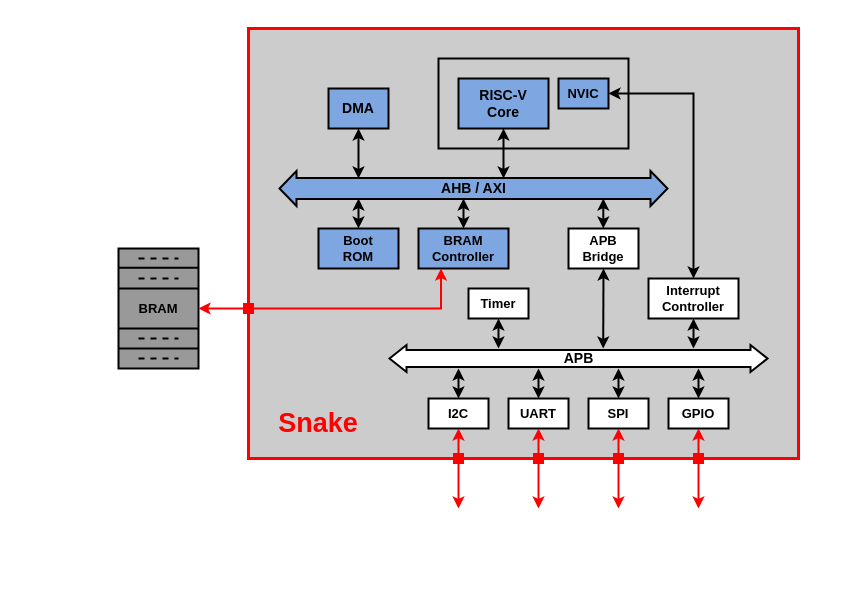
Above: docs/block_diagram/top.drawio in longnguyenxl/spmcu (draw.io), before the change. Source tidied: cells renumbered, new cells numbered last; positions are measured from the earlier drawing's top-left corner, leaving out a move shared by most shapes. Both pictures are drawn from the tidied source at 100%, with x=0, y=0 at pixel (118, 28).
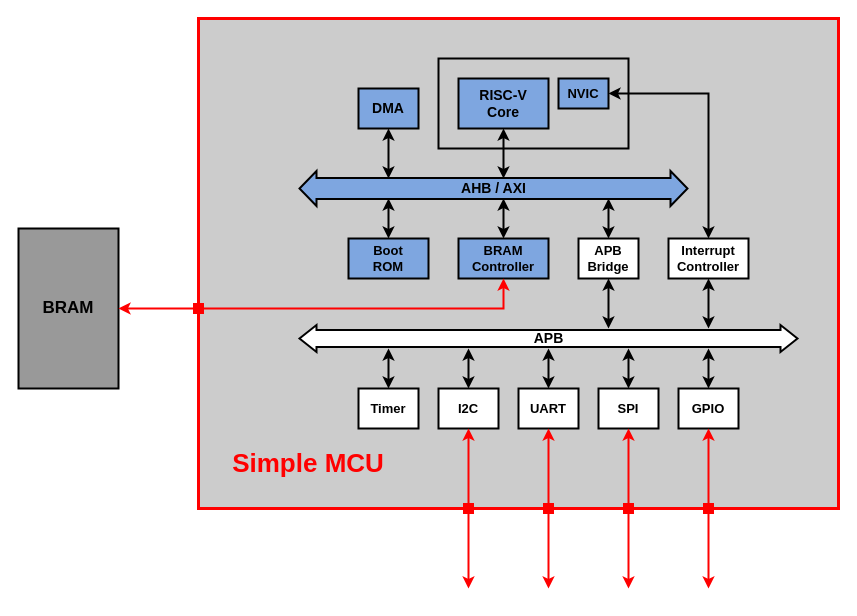
Above is the later version.

Unchanged cells that the change refers to:
```xml
<mxCell id="16" value="NVIC" style="rounded=0;whiteSpace=wrap;html=1;strokeWidth=2;fontSize=13;fontStyle=1;fillColor=#7EA6E0;strokeColor=default;fontFamily=Helvetica;" parent="1" vertex="1">
  <mxGeometry x="440" y="50" width="50" height="30" as="geometry" />
</mxCell>
```

What changed in the source:
```diff
@@
     <mxCell id="2" style="rounded=0;whiteSpace=wrap;html=1;fillColor=#CCCCCC;strokeWidth=3;strokeColor=#FF0000;fontFamily=Helvetica;fillStyle=auto;shadow=0;" parent="1" vertex="1">
-      <mxGeometry x="130" width="550" height="430" as="geometry" />
+      <mxGeometry x="80" y="-10" width="640" height="490" as="geometry" />
     </mxCell>
-    <mxCell id="3" value="BRAM" style="rounded=0;whiteSpace=wrap;html=1;strokeWidth=2;fontSize=13;fontStyle=1;fillColor=#999999;fontFamily=Helvetica;" parent="1" vertex="1">
-      <mxGeometry y="220" width="80" height="120" as="geometry" />
+    <mxCell id="3" value="BRAM" style="rounded=0;whiteSpace=wrap;html=1;strokeWidth=2;fontSize=17;fontStyle=1;fillColor=#999999;fontFamily=Helvetica;" parent="1" vertex="1">
+      <mxGeometry x="-100" y="200" width="100" height="160" as="geometry" />
     </mxCell>
@@
     <mxCell id="5" value="AHB / AXI" style="shape=flexArrow;endArrow=classic;startArrow=classic;html=1;rounded=0;strokeWidth=2;width=20;startSize=5;fontStyle=1;fontSize=14;fillColor=#7EA6E0;fontColor=default;labelBackgroundColor=none;startWidth=12;endWidth=12;endSize=5;strokeColor=default;fontFamily=Helvetica;" parent="1" edge="1">
       <mxGeometry relative="1" as="geometry">
-        <mxPoint x="160" y="160" as="sourcePoint" />
-        <mxPoint x="550" y="160" as="targetPoint" />
+        <mxPoint x="180" y="160" as="sourcePoint" />
+        <mxPoint x="570" y="160" as="targetPoint" />
       </mxGeometry>
     </mxCell>
     <mxCell id="6" value="Boot&lt;div&gt;ROM&lt;/div&gt;" style="rounded=0;whiteSpace=wrap;html=1;strokeWidth=2;fontSize=13;fontStyle=1;fillColor=#7EA6E0;strokeColor=default;fontFamily=Helvetica;" parent="1" vertex="1">
-      <mxGeometry x="200" y="200" width="80" height="40" as="geometry" />
+      <mxGeometry x="230" y="210" width="80" height="40" as="geometry" />
     </mxCell>
     <mxCell id="7" value="BRAM&lt;div&gt;Controller&lt;/div&gt;" style="rounded=0;whiteSpace=wrap;html=1;strokeWidth=2;fontSize=13;fontStyle=1;fillColor=#7EA6E0;strokeColor=default;fontFamily=Helvetica;" parent="1" vertex="1">
-      <mxGeometry x="300" y="200" width="90" height="40" as="geometry" />
+      <mxGeometry x="340" y="210" width="90" height="40" as="geometry" />
     </mxCell>
     <mxCell id="8" style="endArrow=classic;startArrow=classic;html=1;rounded=0;entryX=0.5;entryY=0;entryDx=0;entryDy=0;fontFamily=Helvetica;strokeWidth=2;" parent="1" edge="1" target="6">
       <mxGeometry relative="1" as="geometry">
-        <mxPoint x="240" y="170" as="sourcePoint" />
+        <mxPoint x="270" y="170" as="sourcePoint" />
       </mxGeometry>
     </mxCell>
     <mxCell id="9" style="endArrow=classic;startArrow=classic;html=1;rounded=0;entryX=0.5;entryY=0;entryDx=0;entryDy=0;fontFamily=Helvetica;strokeWidth=2;" parent="1" edge="1" target="7">
       <mxGeometry relative="1" as="geometry">
-        <mxPoint x="345" y="170" as="sourcePoint" />
+        <mxPoint x="385" y="170" as="sourcePoint" />
       </mxGeometry>
     </mxCell>
     <mxCell id="10" value="APB&lt;div&gt;Bridge&lt;/div&gt;" style="rounded=0;whiteSpace=wrap;html=1;strokeWidth=2;fontSize=13;fontStyle=1;fontFamily=Helvetica;" parent="1" vertex="1">
-      <mxGeometry x="450" y="200" width="70" height="40" as="geometry" />
+      <mxGeometry x="460" y="210" width="60" height="40" as="geometry" />
     </mxCell>
-    <mxCell id="11" style="endArrow=classic;startArrow=classic;html=1;rounded=0;entryX=0.5;entryY=0;entryDx=0;entryDy=0;fontFamily=Helvetica;strokeWidth=2;" parent="1" edge="1">
-      <mxGeometry relative="1" as="geometry">
-        <mxPoint x="484.8" y="170" as="sourcePoint" />
-        <mxPoint x="484.8" y="200" as="targetPoint" />
-      </mxGeometry>
-    </mxCell>
     <mxCell id="12" value="APB" style="shape=flexArrow;endArrow=classic;startArrow=classic;html=1;rounded=0;strokeWidth=2;width=16;startSize=5;fontStyle=1;fontSize=14;fontColor=default;labelBackgroundColor=none;endSize=5;endWidth=8;startWidth=8;fontFamily=Helvetica;fillColor=default;" parent="1" edge="1">
       <mxGeometry relative="1" as="geometry">
-        <mxPoint x="270" y="330" as="sourcePoint" />
-        <mxPoint x="650" y="330" as="targetPoint" />
+        <mxPoint x="180" y="310" as="sourcePoint" />
+        <mxPoint x="680" y="310" as="targetPoint" />
       </mxGeometry>
     </mxCell>
     <mxCell id="13" value="GPIO" style="rounded=0;whiteSpace=wrap;html=1;strokeWidth=2;fontSize=13;fontStyle=1;fontFamily=Helvetica;" parent="1" vertex="1">
-      <mxGeometry x="550" y="370" width="60" height="30" as="geometry" />
+      <mxGeometry x="560" y="360" width="60" height="40" as="geometry" />
     </mxCell>
@@
     <mxCell id="15" value="DMA" style="rounded=0;whiteSpace=wrap;html=1;strokeWidth=2;fontSize=14;fontStyle=1;fillColor=#7EA6E0;strokeColor=default;fontFamily=Helvetica;" parent="1" vertex="1">
-      <mxGeometry x="210" y="60" width="60" height="40" as="geometry" />
+      <mxGeometry x="240" y="60" width="60" height="40" as="geometry" />
     </mxCell>
@@
     <mxCell id="18" style="endArrow=classic;startArrow=classic;html=1;rounded=0;entryX=0.5;entryY=1;entryDx=0;entryDy=0;fontFamily=Helvetica;strokeWidth=2;" parent="1" edge="1" target="15">
       <mxGeometry relative="1" as="geometry">
-        <mxPoint x="240" y="150" as="sourcePoint" />
+        <mxPoint x="270" y="150" as="sourcePoint" />
       </mxGeometry>
     </mxCell>
     <mxCell id="19" value="UART" style="rounded=0;whiteSpace=wrap;html=1;strokeWidth=2;fontSize=13;fontStyle=1;fontFamily=Helvetica;" parent="1" vertex="1">
-      <mxGeometry x="390" y="370" width="60" height="30" as="geometry" />
+      <mxGeometry x="400" y="360" width="60" height="40" as="geometry" />
     </mxCell>
     <mxCell id="20" value="SPI" style="rounded=0;whiteSpace=wrap;html=1;strokeWidth=2;fontSize=13;fontStyle=1;fontFamily=Helvetica;" parent="1" vertex="1">
-      <mxGeometry x="470" y="370" width="60" height="30" as="geometry" />
+      <mxGeometry x="480" y="360" width="60" height="40" as="geometry" />
     </mxCell>
     <mxCell id="21" style="endArrow=classic;startArrow=classic;html=1;rounded=0;entryX=0.5;entryY=0;entryDx=0;entryDy=0;fontFamily=Helvetica;strokeWidth=2;" parent="1" edge="1" target="13">
       <mxGeometry relative="1" as="geometry">
-        <mxPoint x="580" y="340" as="sourcePoint" />
+        <mxPoint x="590" y="320" as="sourcePoint" />
       </mxGeometry>
     </mxCell>
     <mxCell id="22" style="endArrow=classic;startArrow=classic;html=1;rounded=0;entryX=0.5;entryY=0;entryDx=0;entryDy=0;fontFamily=Helvetica;strokeWidth=2;" parent="1" edge="1" target="19">
       <mxGeometry relative="1" as="geometry">
-        <mxPoint x="420" y="340" as="sourcePoint" />
+        <mxPoint x="430" y="320" as="sourcePoint" />
       </mxGeometry>
     </mxCell>
     <mxCell id="23" style="endArrow=classic;startArrow=classic;html=1;rounded=0;entryX=0.5;entryY=0;entryDx=0;entryDy=0;fontFamily=Helvetica;strokeWidth=2;" parent="1" edge="1" target="20">
       <mxGeometry relative="1" as="geometry">
-        <mxPoint x="500" y="340" as="sourcePoint" />
+        <mxPoint x="510" y="320" as="sourcePoint" />
       </mxGeometry>
     </mxCell>
     <mxCell id="24" value="Timer" style="rounded=0;whiteSpace=wrap;html=1;strokeWidth=2;fontSize=13;fontStyle=1;fontFamily=Helvetica;" parent="1" vertex="1">
-      <mxGeometry x="350" y="260" width="60" height="30" as="geometry" />
+      <mxGeometry x="240" y="360" width="60" height="40" as="geometry" />
     </mxCell>
-    <mxCell id="25" style="endArrow=classic;startArrow=classic;html=1;rounded=0;exitX=0.5;exitY=1;exitDx=0;exitDy=0;fontFamily=Helvetica;strokeWidth=2;" parent="1" edge="1" source="24">
-      <mxGeometry relative="1" as="geometry">
-        <mxPoint x="380" y="320" as="targetPoint" />
-      </mxGeometry>
-    </mxCell>
-    <mxCell id="26" style="endArrow=classic;startArrow=classic;html=1;rounded=0;entryX=0.5;entryY=0;entryDx=0;entryDy=0;exitX=0.5;exitY=1;exitDx=0;exitDy=0;fontFamily=Helvetica;strokeWidth=2;" parent="1" edge="1" source="10">
-      <mxGeometry relative="1" as="geometry">
-        <mxPoint x="484.7" y="320" as="targetPoint" />
-      </mxGeometry>
-    </mxCell>
     <mxCell id="27" value="Interrupt&lt;div&gt;Controller&lt;/div&gt;" style="rounded=0;whiteSpace=wrap;html=1;strokeWidth=2;fontSize=13;fontStyle=1;fontFamily=Helvetica;" parent="1" vertex="1">
-      <mxGeometry x="530" y="250" width="90" height="40" as="geometry" />
+      <mxGeometry x="550" y="210" width="80" height="40" as="geometry" />
     </mxCell>
     <mxCell id="28" style="endArrow=classic;startArrow=classic;html=1;rounded=0;entryX=0.5;entryY=1;entryDx=0;entryDy=0;fontFamily=Helvetica;strokeWidth=2;" parent="1" edge="1" target="27">
       <mxGeometry relative="1" as="geometry">
-        <mxPoint x="575" y="320" as="sourcePoint" />
+        <mxPoint x="590" y="300" as="sourcePoint" />
       </mxGeometry>
     </mxCell>
     <mxCell id="29" style="endArrow=classic;startArrow=classic;html=1;rounded=0;exitX=0.5;exitY=0;exitDx=0;exitDy=0;entryX=1;entryY=0.5;entryDx=0;entryDy=0;fontFamily=Helvetica;strokeWidth=2;" parent="1" edge="1" source="27" target="16">
       <mxGeometry relative="1" as="geometry">
         <Array as="points">
-          <mxPoint x="575" y="65" />
+          <mxPoint x="590" y="65" />
         </Array>
       </mxGeometry>
     </mxCell>
     <mxCell id="30" value="I2C" style="rounded=0;whiteSpace=wrap;html=1;strokeWidth=2;fontSize=13;fontStyle=1;fontFamily=Helvetica;" parent="1" vertex="1">
-      <mxGeometry x="310" y="370" width="60" height="30" as="geometry" />
+      <mxGeometry x="320" y="360" width="60" height="40" as="geometry" />
     </mxCell>
     <mxCell id="31" style="endArrow=classic;startArrow=classic;html=1;rounded=0;entryX=0.5;entryY=0;entryDx=0;entryDy=0;fontFamily=Helvetica;strokeWidth=2;" parent="1" edge="1" target="30">
       <mxGeometry relative="1" as="geometry">
-        <mxPoint x="340" y="340" as="sourcePoint" />
+        <mxPoint x="350" y="320" as="sourcePoint" />
       </mxGeometry>
     </mxCell>
-    <mxCell id="32" value="Snake" style="text;html=1;whiteSpace=wrap;strokeColor=none;fillColor=none;align=center;verticalAlign=middle;rounded=0;fontStyle=1;fontSize=27;fontColor=#FF0000;fontFamily=Helvetica;" parent="1" vertex="1">
-      <mxGeometry x="170" y="380" width="60" height="30" as="geometry" />
+    <mxCell id="32" value="Simple MCU" style="text;html=1;whiteSpace=wrap;strokeColor=none;fillColor=none;align=center;verticalAlign=middle;rounded=0;fontStyle=1;fontSize=26;fontColor=#FF0000;fontFamily=Helvetica;" parent="1" vertex="1">
+      <mxGeometry x="110" y="420" width="160" height="30" as="geometry" />
     </mxCell>
-    <mxCell id="33" style="endArrow=classic;startArrow=classic;html=1;entryX=0.25;entryY=1;entryDx=0;entryDy=0;rounded=0;curved=0;fontFamily=Helvetica;strokeWidth=2;strokeColor=#FF0000;" parent="1" edge="1" source="3" target="7">
+    <mxCell id="33" style="endArrow=classic;startArrow=classic;html=1;entryX=0.5;entryY=1;entryDx=0;entryDy=0;rounded=0;curved=0;fontFamily=Helvetica;strokeWidth=2;strokeColor=#FF0000;" parent="1" edge="1" source="3" target="7">
       <mxGeometry relative="1" as="geometry">
         <Array as="points">
-          <mxPoint x="322.5" y="280" />
+          <mxPoint x="385" y="280" />
         </Array>
       </mxGeometry>
     </mxCell>
-    <mxCell id="34" style="endArrow=none;html=1;strokeWidth=2;fontFamily=Helvetica;" parent="1" edge="1">
-      <mxGeometry relative="1" as="geometry">
-        <mxPoint y="239.2" as="sourcePoint" />
-        <mxPoint x="80" y="239.2" as="targetPoint" />
-      </mxGeometry>
-    </mxCell>
-    <mxCell id="35" style="endArrow=none;html=1;strokeWidth=2;fontFamily=Helvetica;" parent="1" edge="1">
-      <mxGeometry relative="1" as="geometry">
-        <mxPoint y="260" as="sourcePoint" />
-        <mxPoint x="80" y="260" as="targetPoint" />
-      </mxGeometry>
-    </mxCell>
-    <mxCell id="36" style="endArrow=none;html=1;strokeWidth=2;fontFamily=Helvetica;" parent="1" edge="1">
-      <mxGeometry relative="1" as="geometry">
-        <mxPoint y="320" as="sourcePoint" />
-        <mxPoint x="80" y="320" as="targetPoint" />
-      </mxGeometry>
-    </mxCell>
-    <mxCell id="37" style="endArrow=none;html=1;strokeWidth=2;fontFamily=Helvetica;" parent="1" edge="1">
-      <mxGeometry relative="1" as="geometry">
-        <mxPoint y="300" as="sourcePoint" />
-        <mxPoint x="80" y="300" as="targetPoint" />
-      </mxGeometry>
-    </mxCell>
-    <mxCell id="38" style="endArrow=none;dashed=1;html=1;strokeWidth=2;fontFamily=Helvetica;" parent="1" edge="1">
-      <mxGeometry relative="1" as="geometry">
-        <mxPoint x="20" y="230" as="sourcePoint" />
-        <mxPoint x="60" y="230" as="targetPoint" />
-      </mxGeometry>
-    </mxCell>
-    <mxCell id="39" style="endArrow=none;dashed=1;html=1;strokeWidth=2;fontFamily=Helvetica;" parent="1" edge="1">
-      <mxGeometry relative="1" as="geometry">
-        <mxPoint x="20" y="250" as="sourcePoint" />
-        <mxPoint x="60" y="250" as="targetPoint" />
-      </mxGeometry>
-    </mxCell>
-    <mxCell id="40" style="endArrow=none;dashed=1;html=1;strokeWidth=2;fontFamily=Helvetica;" parent="1" edge="1">
-      <mxGeometry relative="1" as="geometry">
-        <mxPoint x="20" y="310" as="sourcePoint" />
-        <mxPoint x="60" y="310" as="targetPoint" />
-      </mxGeometry>
-    </mxCell>
-    <mxCell id="41" style="endArrow=none;dashed=1;html=1;strokeWidth=2;fontFamily=Helvetica;" parent="1" edge="1">
-      <mxGeometry relative="1" as="geometry">
-        <mxPoint x="20" y="330" as="sourcePoint" />
-        <mxPoint x="60" y="330" as="targetPoint" />
-      </mxGeometry>
-    </mxCell>
-    <mxCell id="42" style="endArrow=classic;startArrow=classic;html=1;rounded=0;fontFamily=Helvetica;strokeWidth=2;strokeColor=#FF0000;" parent="1" edge="1">
+    <mxCell id="42" style="endArrow=classic;startArrow=classic;html=1;rounded=0;fontFamily=Helvetica;strokeWidth=2;strokeColor=#FF0000;exitX=0.5;exitY=1;exitDx=0;exitDy=0;" parent="1" edge="1" source="13">
       <mxGeometry relative="1" as="geometry">
-        <mxPoint x="580" y="400" as="sourcePoint" />
-        <mxPoint x="580" y="480" as="targetPoint" />
+        <mxPoint x="590" y="560" as="targetPoint" />
       </mxGeometry>
     </mxCell>
-    <mxCell id="43" style="endArrow=classic;startArrow=classic;html=1;rounded=0;fontFamily=Helvetica;strokeWidth=2;strokeColor=#FF0000;" parent="1" edge="1">
+    <mxCell id="43" style="endArrow=classic;startArrow=classic;html=1;rounded=0;fontFamily=Helvetica;strokeWidth=2;strokeColor=#FF0000;exitX=0.5;exitY=1;exitDx=0;exitDy=0;" parent="1" edge="1" source="19">
       <mxGeometry relative="1" as="geometry">
-        <mxPoint x="420" y="400" as="sourcePoint" />
-        <mxPoint x="420" y="480" as="targetPoint" />
+        <mxPoint x="430" y="560" as="targetPoint" />
       </mxGeometry>
     </mxCell>
-    <mxCell id="44" style="endArrow=classic;startArrow=classic;html=1;rounded=0;fontFamily=Helvetica;strokeWidth=2;strokeColor=#FF0000;" parent="1" edge="1">
+    <mxCell id="44" style="endArrow=classic;startArrow=classic;html=1;rounded=0;fontFamily=Helvetica;strokeWidth=2;strokeColor=#FF0000;exitX=0.5;exitY=1;exitDx=0;exitDy=0;" parent="1" edge="1" source="20">
       <mxGeometry relative="1" as="geometry">
-        <mxPoint x="500" y="400" as="sourcePoint" />
-        <mxPoint x="500" y="480" as="targetPoint" />
+        <mxPoint x="510" y="560" as="targetPoint" />
       </mxGeometry>
     </mxCell>
-    <mxCell id="45" style="endArrow=classic;startArrow=classic;html=1;rounded=0;fontFamily=Helvetica;strokeWidth=2;strokeColor=#FF0000;" parent="1" edge="1">
+    <mxCell id="45" style="endArrow=classic;startArrow=classic;html=1;rounded=0;fontFamily=Helvetica;strokeWidth=2;strokeColor=#FF0000;exitX=0.5;exitY=1;exitDx=0;exitDy=0;" parent="1" edge="1" source="30">
       <mxGeometry relative="1" as="geometry">
-        <mxPoint x="340" y="400" as="sourcePoint" />
-        <mxPoint x="340" y="480" as="targetPoint" />
+        <mxPoint x="350" y="560" as="targetPoint" />
       </mxGeometry>
     </mxCell>
     <mxCell id="46" style="rounded=0;whiteSpace=wrap;html=1;fillColor=#FF0000;strokeColor=#FF0000;fontFamily=Helvetica;" parent="1" vertex="1">
-      <mxGeometry x="335" y="425" width="10" height="10" as="geometry" />
+      <mxGeometry x="345" y="475" width="10" height="10" as="geometry" />
     </mxCell>
     <mxCell id="47" style="rounded=0;whiteSpace=wrap;html=1;fillColor=#FF0000;strokeColor=#FF0000;fontFamily=Helvetica;" parent="1" vertex="1">
-      <mxGeometry x="415" y="425" width="10" height="10" as="geometry" />
+      <mxGeometry x="425" y="475" width="10" height="10" as="geometry" />
     </mxCell>
     <mxCell id="48" style="rounded=0;whiteSpace=wrap;html=1;fillColor=#FF0000;strokeColor=#FF0000;fontFamily=Helvetica;" parent="1" vertex="1">
-      <mxGeometry x="495" y="425" width="10" height="10" as="geometry" />
+      <mxGeometry x="505" y="475" width="10" height="10" as="geometry" />
     </mxCell>
     <mxCell id="49" style="rounded=0;whiteSpace=wrap;html=1;fillColor=#FF0000;strokeColor=#FF0000;fontFamily=Helvetica;" parent="1" vertex="1">
-      <mxGeometry x="575" y="425" width="10" height="10" as="geometry" />
+      <mxGeometry x="585" y="475" width="10" height="10" as="geometry" />
     </mxCell>
     <mxCell id="50" style="rounded=0;whiteSpace=wrap;html=1;fillColor=#FF0000;strokeColor=#FF0000;fontFamily=Helvetica;" parent="1" vertex="1">
-      <mxGeometry x="125" y="275" width="10" height="10" as="geometry" />
+      <mxGeometry x="75" y="275" width="10" height="10" as="geometry" />
     </mxCell>
+    <mxCell id="51" style="endArrow=classic;startArrow=classic;html=1;rounded=0;fontFamily=Helvetica;strokeWidth=2;" parent="1" edge="1" target="24">
+      <mxGeometry relative="1" as="geometry">
+        <mxPoint x="270" y="320" as="sourcePoint" />
+      </mxGeometry>
+    </mxCell>
+    <mxCell id="52" style="endArrow=classic;startArrow=classic;html=1;rounded=0;fontFamily=Helvetica;strokeWidth=2;" parent="1" edge="1" target="10">
+      <mxGeometry relative="1" as="geometry">
+        <mxPoint x="490" y="300" as="sourcePoint" />
+      </mxGeometry>
+    </mxCell>
+    <mxCell id="53" style="endArrow=classic;startArrow=classic;html=1;rounded=0;fontFamily=Helvetica;strokeWidth=2;exitX=0.5;exitY=0;exitDx=0;exitDy=0;" parent="1" edge="1" source="10">
+      <mxGeometry relative="1" as="geometry">
+        <mxPoint x="490" y="170" as="targetPoint" />
+      </mxGeometry>
+    </mxCell>
```
